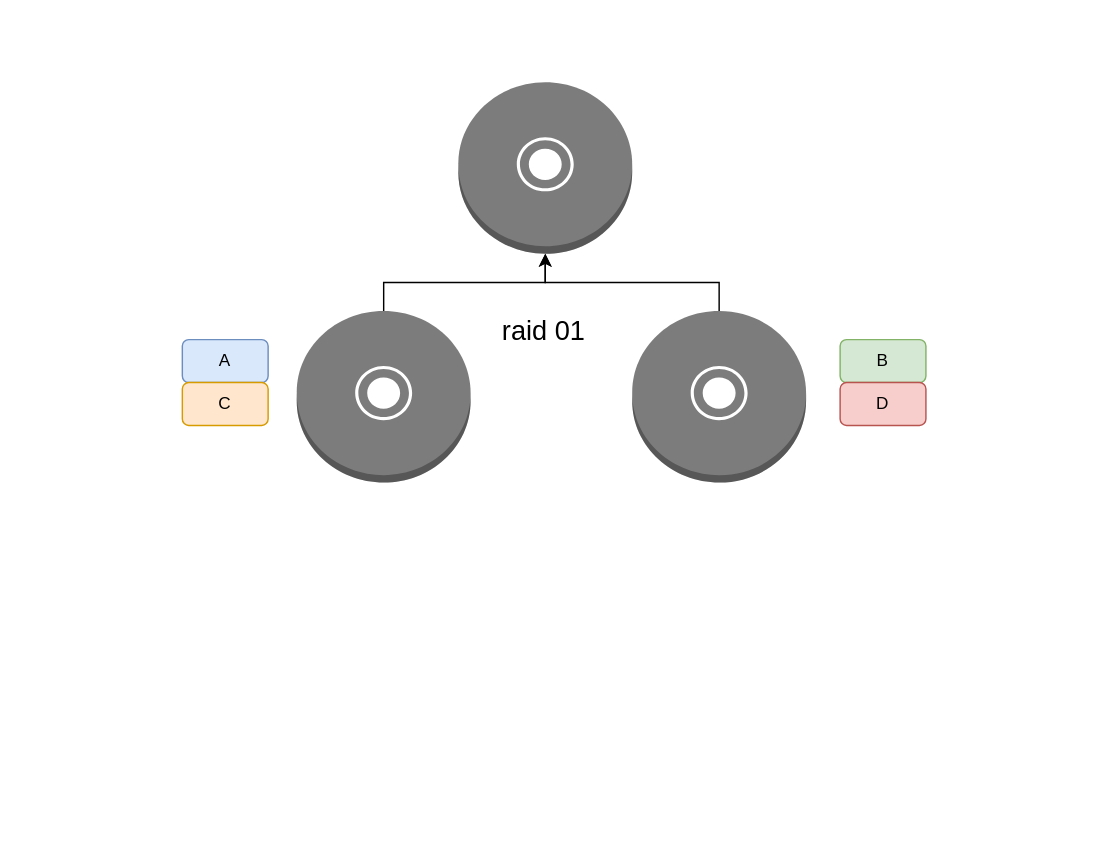
Above: raid01.drawio in wupei-w/diagrams (draw.io), before the change. Source tidied: cells renumbered, new cells numbered last; positions are measured from the earlier drawing's top-left corner, leaving out a move shared by most shapes. Both pictures are drawn from the tidied source at 143%, with x=0, y=0 at pixel (182, 82).
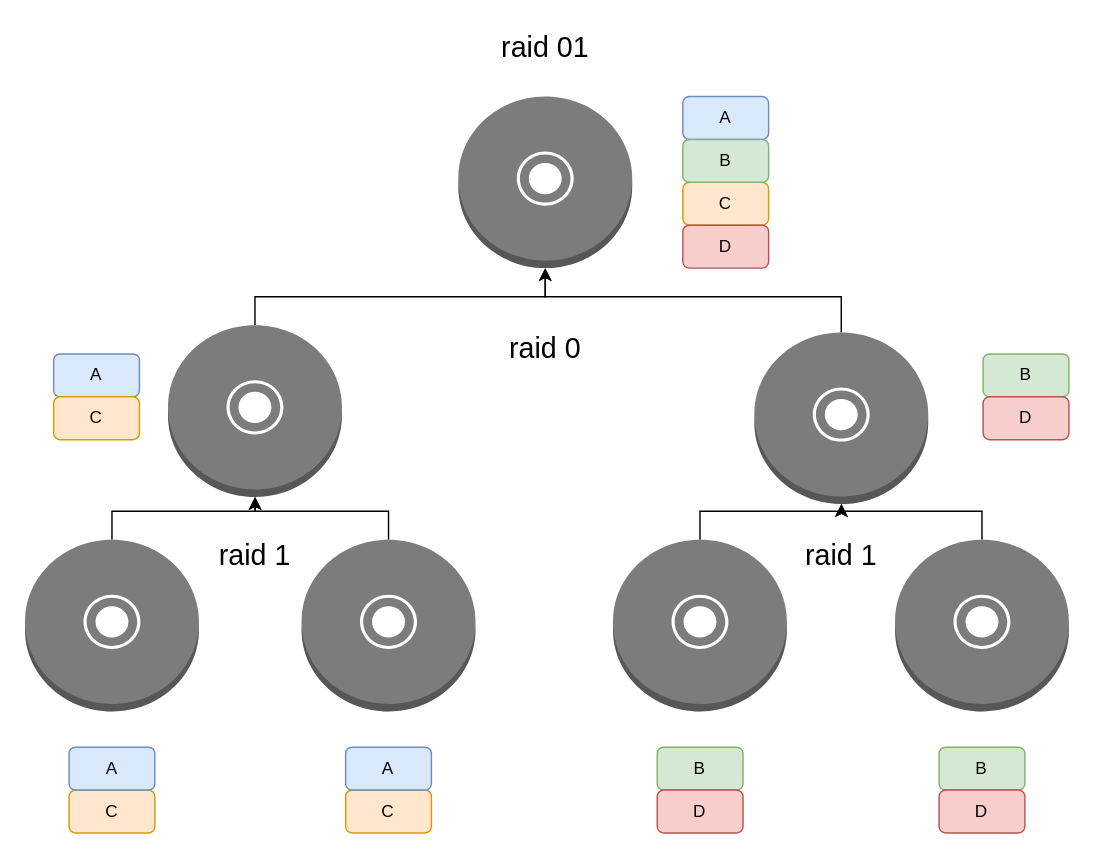
The same page after the edit.

What changed in the source:
```diff
@@
     <mxCell id="2" value="A" style="rounded=1;whiteSpace=wrap;html=1;fillColor=#dae8fc;strokeColor=#6c8ebf;" parent="1" vertex="1">
-      <mxGeometry y="180" width="60" height="30" as="geometry" />
+      <mxGeometry x="-90" y="190" width="60" height="30" as="geometry" />
     </mxCell>
     <mxCell id="3" style="outlineConnect=0;dashed=0;verticalLabelPosition=bottom;verticalAlign=top;align=center;html=1;shape=mxgraph.aws3.disk;fillColor=#7D7C7C;gradientColor=none;" parent="1" vertex="1">
-      <mxGeometry x="193" width="121.6" height="120" as="geometry" />
+      <mxGeometry x="193" y="10" width="121.6" height="120" as="geometry" />
     </mxCell>
-    <mxCell id="4" value="&lt;font style=&quot;font-size: 19px&quot;&gt;raid 01&lt;/font&gt;" style="text;html=1;strokeColor=none;fillColor=none;align=center;verticalAlign=middle;whiteSpace=wrap;rounded=0;" parent="1" vertex="1">
-      <mxGeometry x="205" y="160" width="96.2" height="30" as="geometry" />
+    <mxCell id="4" value="&lt;font style=&quot;font-size: 20px&quot;&gt;raid 01&lt;/font&gt;" style="text;html=1;strokeColor=none;fillColor=none;align=center;verticalAlign=middle;whiteSpace=wrap;rounded=0;" parent="1" vertex="1">
+      <mxGeometry x="205.7" y="-40" width="96.2" height="30" as="geometry" />
     </mxCell>
@@
     <mxCell id="6" style="outlineConnect=0;dashed=0;verticalLabelPosition=bottom;verticalAlign=top;align=center;html=1;shape=mxgraph.aws3.disk;fillColor=#7D7C7C;gradientColor=none;" parent="1" vertex="1">
-      <mxGeometry x="80" y="160" width="121.6" height="120" as="geometry" />
+      <mxGeometry x="-10" y="170" width="121.6" height="120" as="geometry" />
     </mxCell>
     <mxCell id="7" style="edgeStyle=orthogonalEdgeStyle;rounded=0;jettySize=auto;html=1;exitX=0.5;exitY=0;exitDx=0;exitDy=0;exitPerimeter=0;entryX=0.5;entryY=1;entryDx=0;entryDy=0;entryPerimeter=0;" parent="1" edge="1" source="8" target="3">
-      <mxGeometry relative="1" as="geometry" />
+      <mxGeometry relative="1" as="geometry">
+        <Array as="points">
+          <mxPoint x="461" y="150" />
+          <mxPoint x="254" y="150" />
+        </Array>
+      </mxGeometry>
     </mxCell>
     <mxCell id="8" style="outlineConnect=0;dashed=0;verticalLabelPosition=bottom;verticalAlign=top;align=center;html=1;shape=mxgraph.aws3.disk;fillColor=#7D7C7C;gradientColor=none;" parent="1" vertex="1">
-      <mxGeometry x="314.6" y="160" width="121.6" height="120" as="geometry" />
+      <mxGeometry x="400" y="175" width="121.6" height="120" as="geometry" />
     </mxCell>
     <mxCell id="9" value="B" style="rounded=1;whiteSpace=wrap;html=1;fillColor=#d5e8d4;strokeColor=#82b366;" parent="1" vertex="1">
-      <mxGeometry x="460" y="180" width="60" height="30" as="geometry" />
+      <mxGeometry x="560" y="190" width="60" height="30" as="geometry" />
     </mxCell>
     <mxCell id="10" value="D" style="rounded=1;whiteSpace=wrap;html=1;fillColor=#f8cecc;strokeColor=#b85450;" parent="1" vertex="1">
-      <mxGeometry x="460" y="210" width="60" height="30" as="geometry" />
+      <mxGeometry x="560" y="220" width="60" height="30" as="geometry" />
     </mxCell>
     <mxCell id="11" value="C" style="rounded=1;whiteSpace=wrap;html=1;fillColor=#ffe6cc;strokeColor=#d79b00;" parent="1" vertex="1">
-      <mxGeometry y="210" width="60" height="30" as="geometry" />
+      <mxGeometry x="-90" y="220" width="60" height="30" as="geometry" />
     </mxCell>
+    <mxCell id="12" style="edgeStyle=orthogonalEdgeStyle;rounded=0;jettySize=auto;html=1;exitX=0.5;exitY=0;exitDx=0;exitDy=0;exitPerimeter=0;entryX=0.5;entryY=1;entryDx=0;entryDy=0;entryPerimeter=0;" parent="1" edge="1" source="13" target="6">
+      <mxGeometry relative="1" as="geometry">
+        <Array as="points">
+          <mxPoint x="-49" y="300" />
+          <mxPoint x="51" y="300" />
+        </Array>
+      </mxGeometry>
+    </mxCell>
+    <mxCell id="13" style="outlineConnect=0;dashed=0;verticalLabelPosition=bottom;verticalAlign=top;align=center;html=1;shape=mxgraph.aws3.disk;fillColor=#7D7C7C;gradientColor=none;" parent="1" vertex="1">
+      <mxGeometry x="-110" y="320" width="121.6" height="120" as="geometry" />
+    </mxCell>
+    <mxCell id="14" style="edgeStyle=orthogonalEdgeStyle;rounded=0;jettySize=auto;html=1;exitX=0.5;exitY=0;exitDx=0;exitDy=0;exitPerimeter=0;" parent="1" edge="1" source="15" target="6">
+      <mxGeometry relative="1" as="geometry">
+        <Array as="points">
+          <mxPoint x="144" y="300" />
+          <mxPoint x="51" y="300" />
+        </Array>
+      </mxGeometry>
+    </mxCell>
+    <mxCell id="15" style="outlineConnect=0;dashed=0;verticalLabelPosition=bottom;verticalAlign=top;align=center;html=1;shape=mxgraph.aws3.disk;fillColor=#7D7C7C;gradientColor=none;" parent="1" vertex="1">
+      <mxGeometry x="83.4" y="320" width="121.6" height="120" as="geometry" />
+    </mxCell>
+    <mxCell id="16" style="edgeStyle=orthogonalEdgeStyle;rounded=0;jettySize=auto;html=1;exitX=0.5;exitY=0;exitDx=0;exitDy=0;exitPerimeter=0;" parent="1" edge="1" source="17" target="8">
+      <mxGeometry relative="1" as="geometry">
+        <Array as="points">
+          <mxPoint x="362" y="300" />
+          <mxPoint x="461" y="300" />
+        </Array>
+      </mxGeometry>
+    </mxCell>
+    <mxCell id="17" style="outlineConnect=0;dashed=0;verticalLabelPosition=bottom;verticalAlign=top;align=center;html=1;shape=mxgraph.aws3.disk;fillColor=#7D7C7C;gradientColor=none;" parent="1" vertex="1">
+      <mxGeometry x="301.2" y="320" width="121.6" height="120" as="geometry" />
+    </mxCell>
+    <mxCell id="18" style="edgeStyle=orthogonalEdgeStyle;rounded=0;jettySize=auto;html=1;exitX=0.5;exitY=0;exitDx=0;exitDy=0;exitPerimeter=0;entryX=0.5;entryY=1;entryDx=0;entryDy=0;entryPerimeter=0;" parent="1" edge="1" source="19" target="8">
+      <mxGeometry relative="1" as="geometry">
+        <Array as="points">
+          <mxPoint x="559" y="300" />
+          <mxPoint x="461" y="300" />
+        </Array>
+      </mxGeometry>
+    </mxCell>
+    <mxCell id="19" style="outlineConnect=0;dashed=0;verticalLabelPosition=bottom;verticalAlign=top;align=center;html=1;shape=mxgraph.aws3.disk;fillColor=#7D7C7C;gradientColor=none;" parent="1" vertex="1">
+      <mxGeometry x="498.4" y="320" width="121.6" height="120" as="geometry" />
+    </mxCell>
+    <mxCell id="20" value="C" style="rounded=1;whiteSpace=wrap;html=1;fillColor=#ffe6cc;strokeColor=#d79b00;" parent="1" vertex="1">
+      <mxGeometry x="-79.2" y="495" width="60" height="30" as="geometry" />
+    </mxCell>
+    <mxCell id="21" value="A" style="rounded=1;whiteSpace=wrap;html=1;fillColor=#dae8fc;strokeColor=#6c8ebf;" parent="1" vertex="1">
+      <mxGeometry x="-79.2" y="465" width="60" height="30" as="geometry" />
+    </mxCell>
+    <mxCell id="22" value="C" style="rounded=1;whiteSpace=wrap;html=1;fillColor=#ffe6cc;strokeColor=#d79b00;" parent="1" vertex="1">
+      <mxGeometry x="114.2" y="495" width="60" height="30" as="geometry" />
+    </mxCell>
+    <mxCell id="23" value="A" style="rounded=1;whiteSpace=wrap;html=1;fillColor=#dae8fc;strokeColor=#6c8ebf;" parent="1" vertex="1">
+      <mxGeometry x="114.2" y="465" width="60" height="30" as="geometry" />
+    </mxCell>
+    <mxCell id="24" value="B" style="rounded=1;whiteSpace=wrap;html=1;fillColor=#d5e8d4;strokeColor=#82b366;" parent="1" vertex="1">
+      <mxGeometry x="332.1" y="465" width="60" height="30" as="geometry" />
+    </mxCell>
+    <mxCell id="25" value="D" style="rounded=1;whiteSpace=wrap;html=1;fillColor=#f8cecc;strokeColor=#b85450;" parent="1" vertex="1">
+      <mxGeometry x="332.1" y="495" width="60" height="30" as="geometry" />
+    </mxCell>
+    <mxCell id="26" value="B" style="rounded=1;whiteSpace=wrap;html=1;fillColor=#d5e8d4;strokeColor=#82b366;" parent="1" vertex="1">
+      <mxGeometry x="529.2" y="465" width="60" height="30" as="geometry" />
+    </mxCell>
+    <mxCell id="27" value="D" style="rounded=1;whiteSpace=wrap;html=1;fillColor=#f8cecc;strokeColor=#b85450;" parent="1" vertex="1">
+      <mxGeometry x="529.2" y="495" width="60" height="30" as="geometry" />
+    </mxCell>
+    <mxCell id="28" value="&lt;font style=&quot;font-size: 20px&quot;&gt;raid 0&lt;/font&gt;" style="text;html=1;strokeColor=none;fillColor=none;align=center;verticalAlign=middle;whiteSpace=wrap;rounded=0;strokeWidth=8;" parent="1" vertex="1">
+      <mxGeometry x="218.8" y="175" width="70" height="20" as="geometry" />
+    </mxCell>
+    <mxCell id="29" value="&lt;font style=&quot;font-size: 20px&quot;&gt;raid 1&lt;/font&gt;" style="text;html=1;strokeColor=none;fillColor=none;align=center;verticalAlign=middle;whiteSpace=wrap;rounded=0;strokeWidth=8;" parent="1" vertex="1">
+      <mxGeometry x="15.8" y="320" width="70" height="20" as="geometry" />
+    </mxCell>
+    <mxCell id="30" value="&lt;font style=&quot;font-size: 20px&quot;&gt;raid 1&lt;/font&gt;" style="text;html=1;strokeColor=none;fillColor=none;align=center;verticalAlign=middle;whiteSpace=wrap;rounded=0;strokeWidth=8;" parent="1" vertex="1">
+      <mxGeometry x="425.8" y="320" width="70" height="20" as="geometry" />
+    </mxCell>
+    <mxCell id="31" value="A" style="rounded=1;whiteSpace=wrap;html=1;fillColor=#dae8fc;strokeColor=#6c8ebf;" parent="1" vertex="1">
+      <mxGeometry x="350" y="10" width="60" height="30" as="geometry" />
+    </mxCell>
+    <mxCell id="32" value="C" style="rounded=1;whiteSpace=wrap;html=1;fillColor=#ffe6cc;strokeColor=#d79b00;" parent="1" vertex="1">
+      <mxGeometry x="350" y="70" width="60" height="30" as="geometry" />
+    </mxCell>
+    <mxCell id="33" value="B" style="rounded=1;whiteSpace=wrap;html=1;fillColor=#d5e8d4;strokeColor=#82b366;" parent="1" vertex="1">
+      <mxGeometry x="350" y="40" width="60" height="30" as="geometry" />
+    </mxCell>
+    <mxCell id="34" value="D" style="rounded=1;whiteSpace=wrap;html=1;fillColor=#f8cecc;strokeColor=#b85450;" parent="1" vertex="1">
+      <mxGeometry x="350" y="100" width="60" height="30" as="geometry" />
+    </mxCell>
```
